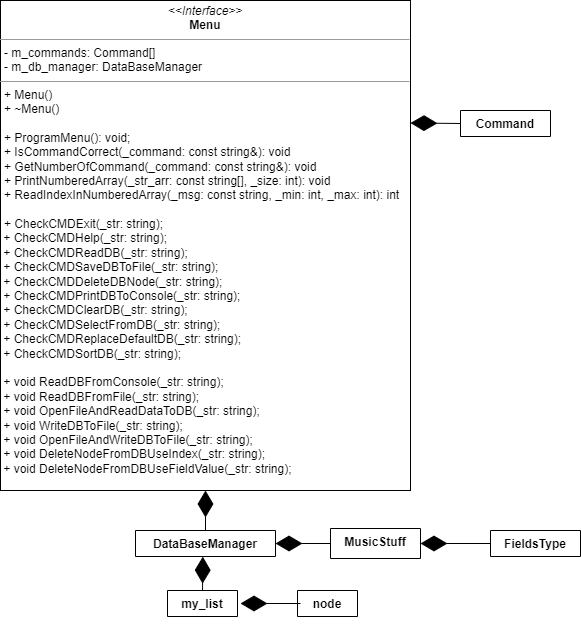
Earlier version of the draw.io export diagrams/Class_Diagram.drawio.png (AKTOETO/SUBD_kursovaya-2022). Source tidied: cells renumbered, new cells last; positions are measured from the earlier drawing's top-left corner, leaving out a move shared by most shapes.
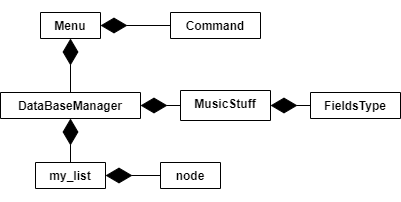
The same file after the commit.

What changed in the source:
```diff
@@ -1,36 +1,33 @@
 <mxGraphModel>
   <root>
-    <mxCell id="0" />
-    <mxCell id="1" parent="0" />
+    <mxCell id="11" />
+    <mxCell id="12" parent="11" />
-    <mxCell id="2" value="MusicStuff" style="swimlane;fontStyle=1;align=center;verticalAlign=top;horizontal=1;startSize=30;" parent="1" vertex="1" collapsed="1">
-      <mxGeometry x="330" y="528" width="90" height="30" as="geometry" />
+    <mxCell id="2" value="MusicStuff" style="swimlane;fontStyle=1;align=center;verticalAlign=top;horizontal=1;startSize=30;" parent="12" vertex="1" collapsed="1">
+      <mxGeometry x="30" y="-72" width="90" height="30" as="geometry" />
     </mxCell>
-    <mxCell id="3" value="DataBaseManager" style="swimlane;fontStyle=1;align=center;verticalAlign=top;horizontal=1;startSize=26;" parent="1" vertex="1" collapsed="1">
-      <mxGeometry x="135" y="530" width="140" height="26" as="geometry" />
+    <mxCell id="3" value="DataBaseManager" style="swimlane;fontStyle=1;align=center;verticalAlign=top;horizontal=1;startSize=26;" parent="12" vertex="1" collapsed="1">
+      <mxGeometry x="-150" y="-70" width="140" height="26" as="geometry" />
     </mxCell>
-    <mxCell id="4" value="my_list" style="swimlane;fontStyle=1;align=center;verticalAlign=top;horizontal=1;startSize=26;" parent="1" vertex="1" collapsed="1">
-      <mxGeometry x="167" y="590" width="70" height="26" as="geometry" />
+    <mxCell id="4" value="my_list" style="swimlane;fontStyle=1;align=center;verticalAlign=top;horizontal=1;startSize=26;" parent="12" vertex="1" collapsed="1">
+      <mxGeometry x="-115" width="70" height="26" as="geometry" />
     </mxCell>
-    <mxCell id="5" value="&lt;p style=&quot;margin: 0px ; margin-top: 4px ; text-align: center&quot;&gt;&lt;i&gt;&amp;lt;&amp;lt;Interface&amp;gt;&amp;gt;&lt;/i&gt;&lt;br&gt;&lt;b&gt;Menu&lt;/b&gt;&lt;/p&gt;&lt;hr size=&quot;1&quot;&gt;&lt;p style=&quot;margin: 0px ; margin-left: 4px&quot;&gt;- m_commands: Command[]&lt;br&gt;- m_db_manager: DataBaseManager&lt;/p&gt;&lt;hr size=&quot;1&quot;&gt;&lt;p style=&quot;margin: 0px ; margin-left: 4px&quot;&gt;+ Menu()&lt;br&gt;+ ~Menu()&lt;/p&gt;&lt;p style=&quot;margin: 0px ; margin-left: 4px&quot;&gt;&lt;br&gt;&lt;/p&gt;&lt;p style=&quot;margin: 0px ; margin-left: 4px&quot;&gt;+ ProgramMenu(): void;&lt;/p&gt;&lt;p style=&quot;margin: 0px ; margin-left: 4px&quot;&gt;+ IsCommandCorrect(_command: const string&amp;amp;)&lt;span&gt;: void&lt;/span&gt;&lt;/p&gt;&lt;p style=&quot;margin: 0px ; margin-left: 4px&quot;&gt;+ GetNumberOfCommand&lt;span&gt;(_command: const string&amp;amp;): void&lt;/span&gt;&lt;/p&gt;&lt;p style=&quot;margin: 0px ; margin-left: 4px&quot;&gt;+ PrintNumberedArray(_str_arr: const string[], _size: int): void&lt;/p&gt;&lt;p style=&quot;margin: 0px ; margin-left: 4px&quot;&gt;+ ReadIndexInNumberedArray(_msg: const string, _min: int, _max: int): int&lt;/p&gt;&lt;p style=&quot;margin: 0px ; margin-left: 4px&quot;&gt;&lt;br&gt;&lt;/p&gt;&lt;p style=&quot;margin: 0px ; margin-left: 4px&quot;&gt;+ CheckCMDExit(_str: string);&lt;/p&gt;&amp;nbsp;+ CheckCMDHelp(_str: string);&lt;br&gt;&amp;nbsp;+ CheckCMDReadDB(_str: string);&lt;br&gt;&amp;nbsp;+ CheckCMDSaveDBToFile(_str: string);&lt;br&gt;&amp;nbsp;+ CheckCMDDeleteDBNode(_str: string);&lt;br&gt;&amp;nbsp;+ CheckCMDPrintDBToConsole(_str: string);&lt;br&gt;&amp;nbsp;+ CheckCMDClearDB(_str: string);&lt;br&gt;&amp;nbsp;+ CheckCMDSelectFromDB(_str: string);&lt;br&gt;&amp;nbsp;+&amp;nbsp;CheckCMDReplaceDefaultDB(_str: string);&lt;br&gt;&amp;nbsp;+ CheckCMDSortDB(_str: string);&lt;br&gt;&lt;br&gt;&lt;div&gt;&lt;span&gt;&lt;/span&gt;&amp;nbsp;+ void ReadDBFromConsole(_str:&amp;nbsp;&lt;span&gt;string);&lt;/span&gt;&lt;/div&gt;&lt;div&gt;&lt;span&gt;&lt;/span&gt;&amp;nbsp;+ void ReadDBFromFile(_str:&amp;nbsp;&lt;span&gt;string&lt;/span&gt;);&lt;/div&gt;&amp;nbsp;+&amp;nbsp;&lt;span&gt;void OpenFileAndReadDataToDB(&lt;/span&gt;_str:&amp;nbsp;&lt;span&gt;string&lt;/span&gt;&lt;span&gt;);&lt;/span&gt;&lt;br&gt;&amp;nbsp;+&amp;nbsp;&lt;span&gt;void WriteDBToFile(&lt;/span&gt;_str:&amp;nbsp;&lt;span&gt;string&lt;/span&gt;&lt;span&gt;);&lt;/span&gt;&lt;br&gt;&amp;nbsp;+&amp;nbsp;&lt;span&gt;void OpenFileAndWriteDBToFile(&lt;/span&gt;_str:&amp;nbsp;&lt;span&gt;string&lt;/span&gt;&lt;span&gt;);&lt;/span&gt;&lt;br&gt;&amp;nbsp;+&amp;nbsp;&lt;span&gt;void DeleteNodeFromDBUseIndex(&lt;/span&gt;_str:&amp;nbsp;&lt;span&gt;string&lt;/span&gt;&lt;span&gt;);&lt;/span&gt;&lt;br&gt;&amp;nbsp;+&amp;nbsp;&lt;span&gt;void DeleteNodeFromDBUseFieldValue(&lt;/span&gt;_str:&amp;nbsp;&lt;span&gt;string&lt;/span&gt;&lt;span&gt;);&lt;/span&gt;" style="verticalAlign=top;align=left;overflow=fill;fontSize=12;fontFamily=Helvetica;html=1;" parent="1" vertex="1">
-      <mxGeometry width="410" height="490" as="geometry" />
-    </mxCell>
-    <mxCell id="6" style="endArrow=diamondThin;endFill=1;endSize=24;html=1;rounded=0;exitX=0.5;exitY=0;exitDx=0;exitDy=0;entryX=0.5;entryY=1;entryDx=0;entryDy=0;" parent="1" edge="1" source="3" target="5">
-      <mxGeometry relative="1" as="geometry" />
-    </mxCell>
+    <mxCell id="13" style="endArrow=diamondThin;endFill=1;endSize=24;html=1;rounded=0;exitX=0.5;exitY=0;exitDx=0;exitDy=0;entryX=0.5;entryY=1;entryDx=0;entryDy=0;" parent="12" edge="1" source="4" target="3">
+      <mxGeometry relative="1" as="geometry" />
+    </mxCell>
+    <mxCell id="14" style="endArrow=diamondThin;endFill=1;endSize=24;html=1;rounded=0;exitX=0.5;exitY=0;exitDx=0;exitDy=0;entryX=0.5;entryY=1;entryDx=0;entryDy=0;" parent="12" edge="1" source="3" target="15">
+      <mxGeometry relative="1" as="geometry" />
+    </mxCell>
-    <mxCell id="7" value="Command" style="swimlane;fontStyle=1;align=center;verticalAlign=top;horizontal=1;startSize=26;" parent="1" vertex="1" collapsed="1">
-      <mxGeometry x="460" y="110" width="90" height="26" as="geometry" />
+    <mxCell id="7" value="Command" style="swimlane;fontStyle=1;align=center;verticalAlign=top;horizontal=1;startSize=26;" parent="12" vertex="1" collapsed="1">
+      <mxGeometry x="20" y="-150" width="90" height="26" as="geometry" />
     </mxCell>
-    <mxCell id="8" value="FieldsType" style="swimlane;fontStyle=1;horizontal=1;startSize=26;fillColor=none;" parent="1" vertex="1" collapsed="1">
-      <mxGeometry x="490" y="530" width="90" height="26" as="geometry" />
+    <mxCell id="8" value="FieldsType" style="swimlane;fontStyle=1;horizontal=1;startSize=26;fillColor=none;" parent="12" vertex="1" collapsed="1">
+      <mxGeometry x="160" y="-70" width="90" height="26" as="geometry" />
     </mxCell>
-    <mxCell id="9" value="node" style="swimlane;fontStyle=1;align=center;verticalAlign=top;horizontal=1;startSize=26;" parent="1" vertex="1" collapsed="1">
-      <mxGeometry x="297" y="590" width="60" height="26" as="geometry" />
+    <mxCell id="9" value="node" style="swimlane;fontStyle=1;align=center;verticalAlign=top;horizontal=1;startSize=26;" parent="12" vertex="1" collapsed="1">
+      <mxGeometry x="10" width="60" height="26" as="geometry" />
     </mxCell>
-    <mxCell id="10" style="endArrow=diamondThin;endFill=1;endSize=24;html=1;rounded=0;entryX=1;entryY=0.5;entryDx=0;entryDy=0;exitX=0;exitY=0.5;exitDx=0;exitDy=0;" parent="1" edge="1">
-      <mxGeometry relative="1" as="geometry">
-        <mxPoint x="300" y="603" as="sourcePoint" />
-        <mxPoint x="240" y="603" as="targetPoint" />
-      </mxGeometry>
-    </mxCell>
+    <mxCell id="15" value="Menu" style="swimlane;fontStyle=1;align=center;verticalAlign=top;horizontal=1;startSize=26;labelBackgroundColor=none;" parent="12" vertex="1" collapsed="1">
+      <mxGeometry x="-110" y="-150" width="60" height="26" as="geometry" />
+    </mxCell>
   </root>
 </mxGraphModel>
```
